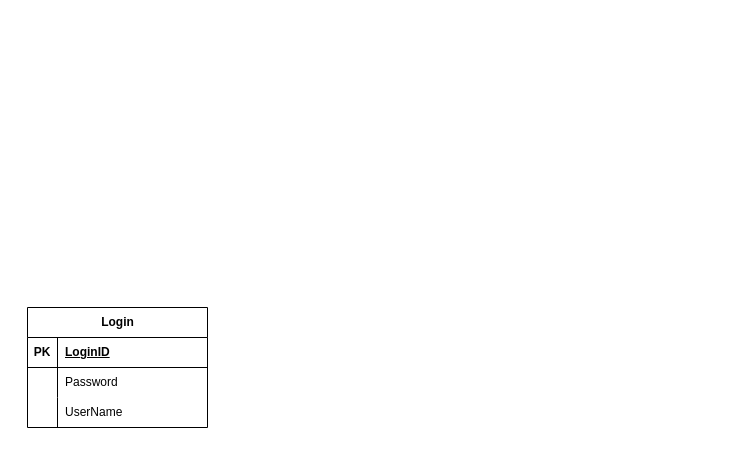
Earlier version of the draw.io diagram page "Logical View" (2 of 5) of AdminSK.drawio (ificu/admin-sk). Source tidied: cells renumbered, new cells numbered last; positions are measured from the earlier drawing's top-left corner, leaving out a move shared by most shapes. Both pictures are drawn from the tidied source at 100%, with x=0, y=0 at pixel (27, 307).
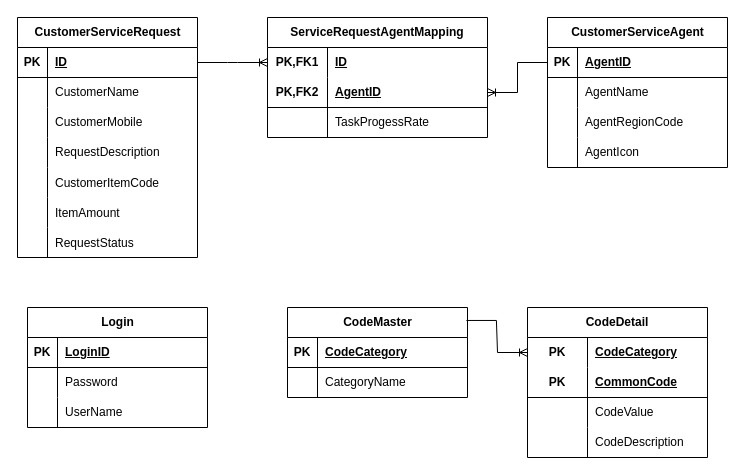
After the change.

Diff of the diagram source:
```diff
@@
+    <mxCell id="12" value="CodeMaster" style="shape=table;startSize=30;childLayout=tableLayout;rowLines=0;fontStyle=1;align=center;html=1;" parent="1" vertex="1">
+      <mxGeometry x="260" width="180" height="90" as="geometry" />
+    </mxCell>
+    <mxCell id="13" style="shape=tableRow;horizontal=0;startSize=0;swimlaneHead=0;swimlaneBody=0;fillColor=none;top=0;left=0;right=0;bottom=1;" parent="12" vertex="1">
+      <mxGeometry y="30" width="180" height="30" as="geometry" />
+    </mxCell>
+    <mxCell id="14" value="PK" style="shape=partialRectangle;fillColor=none;top=0;left=0;bottom=0;right=0;fontStyle=1;overflow=hidden;whiteSpace=wrap;html=1;" parent="13" vertex="1">
+      <mxGeometry width="30" height="30" as="geometry" />
+    </mxCell>
+    <mxCell id="15" value="CodeCategory" style="shape=partialRectangle;fillColor=none;top=0;left=0;bottom=0;right=0;align=left;spacingLeft=6;fontStyle=5;overflow=hidden;whiteSpace=wrap;html=1;" parent="13" vertex="1">
+      <mxGeometry x="30" width="150" height="30" as="geometry" />
+    </mxCell>
+    <mxCell id="16" style="shape=tableRow;horizontal=0;startSize=0;swimlaneHead=0;swimlaneBody=0;fillColor=none;top=0;left=0;right=0;bottom=0;" parent="12" vertex="1">
+      <mxGeometry y="60" width="180" height="30" as="geometry" />
+    </mxCell>
+    <mxCell id="17" style="shape=partialRectangle;fillColor=none;top=0;left=0;bottom=0;right=0;overflow=hidden;whiteSpace=wrap;html=1;" parent="16" vertex="1">
+      <mxGeometry width="30" height="30" as="geometry" />
+    </mxCell>
+    <mxCell id="18" value="CategoryName" style="shape=partialRectangle;fillColor=none;top=0;left=0;bottom=0;right=0;align=left;spacingLeft=6;overflow=hidden;whiteSpace=wrap;html=1;" parent="16" vertex="1">
+      <mxGeometry x="30" width="150" height="30" as="geometry" />
+    </mxCell>
+    <mxCell id="19" value="CodeDetail" style="shape=table;startSize=30;childLayout=tableLayout;rowLines=0;fontStyle=1;align=center;html=1;whiteSpace=wrap;" parent="1" vertex="1">
+      <mxGeometry x="500" width="180" height="150" as="geometry" />
+    </mxCell>
+    <mxCell id="20" style="shape=tableRow;horizontal=0;startSize=0;swimlaneHead=0;swimlaneBody=0;fillColor=none;points=[[0,0.5],[1,0.5]];portConstraint=eastwest;top=0;left=0;right=0;bottom=0;html=1;" parent="19" vertex="1">
+      <mxGeometry y="30" width="180" height="30" as="geometry" />
+    </mxCell>
+    <mxCell id="21" value="PK" style="shape=partialRectangle;fillColor=none;top=0;left=0;bottom=0;right=0;fontStyle=1;overflow=hidden;html=1;whiteSpace=wrap;" parent="20" vertex="1">
+      <mxGeometry width="60" height="30" as="geometry" />
+    </mxCell>
+    <mxCell id="22" value="CodeCategory" style="shape=partialRectangle;fillColor=none;top=0;left=0;bottom=0;right=0;align=left;spacingLeft=6;fontStyle=5;overflow=hidden;html=1;whiteSpace=wrap;" parent="20" vertex="1">
+      <mxGeometry x="60" width="120" height="30" as="geometry" />
+    </mxCell>
+    <mxCell id="23" style="shape=tableRow;horizontal=0;startSize=0;swimlaneHead=0;swimlaneBody=0;fillColor=none;top=0;left=0;right=0;bottom=1;html=1;" parent="19" vertex="1">
+      <mxGeometry y="60" width="180" height="30" as="geometry" />
+    </mxCell>
+    <mxCell id="24" value="PK" style="shape=partialRectangle;fillColor=none;top=0;left=0;bottom=0;right=0;fontStyle=1;overflow=hidden;html=1;whiteSpace=wrap;" parent="23" vertex="1">
+      <mxGeometry width="60" height="30" as="geometry" />
+    </mxCell>
+    <mxCell id="25" value="CommonCode" style="shape=partialRectangle;fillColor=none;top=0;left=0;bottom=0;right=0;align=left;spacingLeft=6;fontStyle=5;overflow=hidden;html=1;whiteSpace=wrap;" parent="23" vertex="1">
+      <mxGeometry x="60" width="120" height="30" as="geometry" />
+    </mxCell>
+    <mxCell id="26" style="shape=tableRow;horizontal=0;startSize=0;swimlaneHead=0;swimlaneBody=0;fillColor=none;top=0;left=0;right=0;bottom=0;html=1;" parent="19" vertex="1">
+      <mxGeometry y="90" width="180" height="30" as="geometry" />
+    </mxCell>
+    <mxCell id="27" style="shape=partialRectangle;fillColor=none;top=0;left=0;bottom=0;right=0;overflow=hidden;html=1;whiteSpace=wrap;" parent="26" vertex="1">
+      <mxGeometry width="60" height="30" as="geometry" />
+    </mxCell>
+    <mxCell id="28" value="CodeValue" style="shape=partialRectangle;fillColor=none;top=0;left=0;bottom=0;right=0;align=left;spacingLeft=6;overflow=hidden;html=1;whiteSpace=wrap;" parent="26" vertex="1">
+      <mxGeometry x="60" width="120" height="30" as="geometry" />
+    </mxCell>
+    <mxCell id="29" style="shape=tableRow;horizontal=0;startSize=0;swimlaneHead=0;swimlaneBody=0;fillColor=none;top=0;left=0;right=0;bottom=0;html=1;" parent="19" vertex="1">
+      <mxGeometry y="120" width="180" height="30" as="geometry" />
+    </mxCell>
+    <mxCell id="30" style="shape=partialRectangle;fillColor=none;top=0;left=0;bottom=0;right=0;overflow=hidden;html=1;whiteSpace=wrap;" parent="29" vertex="1">
+      <mxGeometry width="60" height="30" as="geometry" />
+    </mxCell>
+    <mxCell id="31" value="CodeDescription" style="shape=partialRectangle;fillColor=none;top=0;left=0;bottom=0;right=0;align=left;spacingLeft=6;overflow=hidden;html=1;whiteSpace=wrap;" parent="29" vertex="1">
+      <mxGeometry x="60" width="120" height="30" as="geometry" />
+    </mxCell>
+    <mxCell id="32" style="edgeStyle=entityRelationEdgeStyle;fontSize=12;html=1;endArrow=ERoneToMany;rounded=0;exitX=0.994;exitY=0.144;exitDx=0;exitDy=0;exitPerimeter=0;entryX=0;entryY=0.5;entryDx=0;entryDy=0;" parent="1" edge="1" source="12" target="20">
+      <mxGeometry relative="1" as="geometry" />
+    </mxCell>
+    <mxCell id="33" value="CustomerServiceRequest" style="shape=table;startSize=30;childLayout=tableLayout;rowLines=0;fontStyle=1;align=center;html=1;" parent="1" vertex="1">
+      <mxGeometry x="-10" y="-290" width="180" height="240" as="geometry" />
+    </mxCell>
+    <mxCell id="34" style="shape=tableRow;horizontal=0;startSize=0;swimlaneHead=0;swimlaneBody=0;fillColor=none;points=[[0,0.5],[1,0.5]];portConstraint=eastwest;top=0;left=0;right=0;bottom=1;" parent="33" vertex="1">
+      <mxGeometry y="30" width="180" height="30" as="geometry" />
+    </mxCell>
+    <mxCell id="35" value="PK" style="shape=partialRectangle;fillColor=none;top=0;left=0;bottom=0;right=0;fontStyle=1;overflow=hidden;whiteSpace=wrap;html=1;" parent="34" vertex="1">
+      <mxGeometry width="30" height="30" as="geometry" />
+    </mxCell>
+    <mxCell id="36" value="ID" style="shape=partialRectangle;fillColor=none;top=0;left=0;bottom=0;right=0;align=left;spacingLeft=6;fontStyle=5;overflow=hidden;whiteSpace=wrap;html=1;" parent="34" vertex="1">
+      <mxGeometry x="30" width="150" height="30" as="geometry" />
+    </mxCell>
+    <mxCell id="37" style="shape=tableRow;horizontal=0;startSize=0;swimlaneHead=0;swimlaneBody=0;fillColor=none;top=0;left=0;right=0;bottom=0;" parent="33" vertex="1">
+      <mxGeometry y="60" width="180" height="30" as="geometry" />
+    </mxCell>
+    <mxCell id="38" style="shape=partialRectangle;fillColor=none;top=0;left=0;bottom=0;right=0;overflow=hidden;whiteSpace=wrap;html=1;" parent="37" vertex="1">
+      <mxGeometry width="30" height="30" as="geometry" />
+    </mxCell>
+    <mxCell id="39" value="CustomerName" style="shape=partialRectangle;fillColor=none;top=0;left=0;bottom=0;right=0;align=left;spacingLeft=6;overflow=hidden;whiteSpace=wrap;html=1;" parent="37" vertex="1">
+      <mxGeometry x="30" width="150" height="30" as="geometry" />
+    </mxCell>
+    <mxCell id="40" style="shape=tableRow;horizontal=0;startSize=0;swimlaneHead=0;swimlaneBody=0;fillColor=none;top=0;left=0;right=0;bottom=0;" parent="33" vertex="1">
+      <mxGeometry y="90" width="180" height="30" as="geometry" />
+    </mxCell>
+    <mxCell id="41" style="shape=partialRectangle;fillColor=none;top=0;left=0;bottom=0;right=0;overflow=hidden;whiteSpace=wrap;html=1;" parent="40" vertex="1">
+      <mxGeometry width="30" height="30" as="geometry" />
+    </mxCell>
+    <mxCell id="42" value="CustomerMobile" style="shape=partialRectangle;fillColor=none;top=0;left=0;bottom=0;right=0;align=left;spacingLeft=6;overflow=hidden;whiteSpace=wrap;html=1;" parent="40" vertex="1">
+      <mxGeometry x="30" width="150" height="30" as="geometry" />
+    </mxCell>
+    <mxCell id="43" style="shape=tableRow;horizontal=0;startSize=0;swimlaneHead=0;swimlaneBody=0;fillColor=none;top=0;left=0;right=0;bottom=0;" parent="33" vertex="1">
+      <mxGeometry y="120" width="180" height="30" as="geometry" />
+    </mxCell>
+    <mxCell id="44" style="shape=partialRectangle;fillColor=none;top=0;left=0;bottom=0;right=0;overflow=hidden;whiteSpace=wrap;html=1;" parent="43" vertex="1">
+      <mxGeometry width="30" height="30" as="geometry" />
+    </mxCell>
+    <mxCell id="45" value="RequestDescription" style="shape=partialRectangle;fillColor=none;top=0;left=0;bottom=0;right=0;align=left;spacingLeft=6;overflow=hidden;whiteSpace=wrap;html=1;" parent="43" vertex="1">
+      <mxGeometry x="30" width="150" height="30" as="geometry" />
+    </mxCell>
+    <mxCell id="46" style="shape=tableRow;horizontal=0;startSize=0;swimlaneHead=0;swimlaneBody=0;fillColor=none;top=0;left=0;right=0;bottom=0;" parent="33" vertex="1">
+      <mxGeometry y="150" width="180" height="30" as="geometry" />
+    </mxCell>
+    <mxCell id="47" style="shape=partialRectangle;fillColor=none;top=0;left=0;bottom=0;right=0;overflow=hidden;" parent="46" vertex="1">
+      <mxGeometry width="30" height="30" as="geometry" />
+    </mxCell>
+    <mxCell id="48" value="CustomerItemCode" style="shape=partialRectangle;fillColor=none;top=0;left=0;bottom=0;right=0;align=left;spacingLeft=6;overflow=hidden;" parent="46" vertex="1">
+      <mxGeometry x="30" width="150" height="30" as="geometry" />
+    </mxCell>
+    <mxCell id="49" style="shape=tableRow;horizontal=0;startSize=0;swimlaneHead=0;swimlaneBody=0;fillColor=none;top=0;left=0;right=0;bottom=0;" parent="33" vertex="1">
+      <mxGeometry y="180" width="180" height="30" as="geometry" />
+    </mxCell>
+    <mxCell id="50" style="shape=partialRectangle;fillColor=none;top=0;left=0;bottom=0;right=0;overflow=hidden;" parent="49" vertex="1">
+      <mxGeometry width="30" height="30" as="geometry" />
+    </mxCell>
+    <mxCell id="51" value="ItemAmount" style="shape=partialRectangle;fillColor=none;top=0;left=0;bottom=0;right=0;align=left;spacingLeft=6;overflow=hidden;" parent="49" vertex="1">
+      <mxGeometry x="30" width="150" height="30" as="geometry" />
+    </mxCell>
+    <mxCell id="52" style="shape=tableRow;horizontal=0;startSize=0;swimlaneHead=0;swimlaneBody=0;fillColor=none;top=0;left=0;right=0;bottom=0;" parent="33" vertex="1">
+      <mxGeometry y="210" width="180" height="30" as="geometry" />
+    </mxCell>
+    <mxCell id="53" style="shape=partialRectangle;fillColor=none;top=0;left=0;bottom=0;right=0;overflow=hidden;" parent="52" vertex="1">
+      <mxGeometry width="30" height="30" as="geometry" />
+    </mxCell>
+    <mxCell id="54" value="RequestStatus" style="shape=partialRectangle;fillColor=none;top=0;left=0;bottom=0;right=0;align=left;spacingLeft=6;overflow=hidden;" parent="52" vertex="1">
+      <mxGeometry x="30" width="150" height="30" as="geometry" />
+    </mxCell>
+    <mxCell id="55" value="CustomerServiceAgent" style="shape=table;startSize=30;childLayout=tableLayout;rowLines=0;fontStyle=1;align=center;html=1;" parent="1" vertex="1">
+      <mxGeometry x="520" y="-290" width="180" height="150" as="geometry" />
+    </mxCell>
+    <mxCell id="56" style="shape=tableRow;horizontal=0;startSize=0;swimlaneHead=0;swimlaneBody=0;fillColor=none;points=[[0,0.5],[1,0.5]];portConstraint=eastwest;top=0;left=0;right=0;bottom=1;" parent="55" vertex="1">
+      <mxGeometry y="30" width="180" height="30" as="geometry" />
+    </mxCell>
+    <mxCell id="57" value="PK" style="shape=partialRectangle;fillColor=none;top=0;left=0;bottom=0;right=0;fontStyle=1;overflow=hidden;whiteSpace=wrap;html=1;" parent="56" vertex="1">
+      <mxGeometry width="30" height="30" as="geometry" />
+    </mxCell>
+    <mxCell id="58" value="AgentID" style="shape=partialRectangle;fillColor=none;top=0;left=0;bottom=0;right=0;align=left;spacingLeft=6;fontStyle=5;overflow=hidden;whiteSpace=wrap;html=1;" parent="56" vertex="1">
+      <mxGeometry x="30" width="150" height="30" as="geometry" />
+    </mxCell>
+    <mxCell id="59" style="shape=tableRow;horizontal=0;startSize=0;swimlaneHead=0;swimlaneBody=0;fillColor=none;top=0;left=0;right=0;bottom=0;" parent="55" vertex="1">
+      <mxGeometry y="60" width="180" height="30" as="geometry" />
+    </mxCell>
+    <mxCell id="60" style="shape=partialRectangle;fillColor=none;top=0;left=0;bottom=0;right=0;overflow=hidden;whiteSpace=wrap;html=1;" parent="59" vertex="1">
+      <mxGeometry width="30" height="30" as="geometry" />
+    </mxCell>
+    <mxCell id="61" value="AgentName" style="shape=partialRectangle;fillColor=none;top=0;left=0;bottom=0;right=0;align=left;spacingLeft=6;overflow=hidden;whiteSpace=wrap;html=1;" parent="59" vertex="1">
+      <mxGeometry x="30" width="150" height="30" as="geometry" />
+    </mxCell>
+    <mxCell id="62" style="shape=tableRow;horizontal=0;startSize=0;swimlaneHead=0;swimlaneBody=0;fillColor=none;top=0;left=0;right=0;bottom=0;" parent="55" vertex="1">
+      <mxGeometry y="90" width="180" height="30" as="geometry" />
+    </mxCell>
+    <mxCell id="63" style="shape=partialRectangle;fillColor=none;top=0;left=0;bottom=0;right=0;overflow=hidden;whiteSpace=wrap;html=1;" parent="62" vertex="1">
+      <mxGeometry width="30" height="30" as="geometry" />
+    </mxCell>
+    <mxCell id="64" value="AgentRegionCode" style="shape=partialRectangle;fillColor=none;top=0;left=0;bottom=0;right=0;align=left;spacingLeft=6;overflow=hidden;whiteSpace=wrap;html=1;" parent="62" vertex="1">
+      <mxGeometry x="30" width="150" height="30" as="geometry" />
+    </mxCell>
+    <mxCell id="65" style="shape=tableRow;horizontal=0;startSize=0;swimlaneHead=0;swimlaneBody=0;fillColor=none;top=0;left=0;right=0;bottom=0;" parent="55" vertex="1">
+      <mxGeometry y="120" width="180" height="30" as="geometry" />
+    </mxCell>
+    <mxCell id="66" style="shape=partialRectangle;fillColor=none;top=0;left=0;bottom=0;right=0;overflow=hidden;whiteSpace=wrap;html=1;" parent="65" vertex="1">
+      <mxGeometry width="30" height="30" as="geometry" />
+    </mxCell>
+    <mxCell id="67" value="AgentIcon" style="shape=partialRectangle;fillColor=none;top=0;left=0;bottom=0;right=0;align=left;spacingLeft=6;overflow=hidden;whiteSpace=wrap;html=1;" parent="65" vertex="1">
+      <mxGeometry x="30" width="150" height="30" as="geometry" />
+    </mxCell>
+    <mxCell id="68" value="ServiceRequestAgentMapping" style="shape=table;startSize=30;childLayout=tableLayout;rowLines=0;fontStyle=1;align=center;html=1;whiteSpace=wrap;" parent="1" vertex="1">
+      <mxGeometry x="240" y="-290" width="220" height="120" as="geometry" />
+    </mxCell>
+    <mxCell id="69" style="shape=tableRow;horizontal=0;startSize=0;swimlaneHead=0;swimlaneBody=0;fillColor=none;points=[[0,0.5],[1,0.5]];portConstraint=eastwest;top=0;left=0;right=0;bottom=0;html=1;" parent="68" vertex="1">
+      <mxGeometry y="30" width="220" height="30" as="geometry" />
+    </mxCell>
+    <mxCell id="70" value="PK,FK1" style="shape=partialRectangle;fillColor=none;top=0;left=0;bottom=0;right=0;fontStyle=1;overflow=hidden;html=1;whiteSpace=wrap;" parent="69" vertex="1">
+      <mxGeometry width="60" height="30" as="geometry" />
+    </mxCell>
+    <mxCell id="71" value="ID" style="shape=partialRectangle;fillColor=none;top=0;left=0;bottom=0;right=0;align=left;spacingLeft=6;fontStyle=5;overflow=hidden;html=1;whiteSpace=wrap;" parent="69" vertex="1">
+      <mxGeometry x="60" width="160" height="30" as="geometry" />
+    </mxCell>
+    <mxCell id="72" style="shape=tableRow;horizontal=0;startSize=0;swimlaneHead=0;swimlaneBody=0;fillColor=none;points=[[0,0.5],[1,0.5]];portConstraint=eastwest;top=0;left=0;right=0;bottom=1;html=1;" parent="68" vertex="1">
+      <mxGeometry y="60" width="220" height="30" as="geometry" />
+    </mxCell>
+    <mxCell id="73" value="PK,FK2" style="shape=partialRectangle;fillColor=none;top=0;left=0;bottom=0;right=0;fontStyle=1;overflow=hidden;html=1;whiteSpace=wrap;" parent="72" vertex="1">
+      <mxGeometry width="60" height="30" as="geometry" />
+    </mxCell>
+    <mxCell id="74" value="AgentID" style="shape=partialRectangle;fillColor=none;top=0;left=0;bottom=0;right=0;align=left;spacingLeft=6;fontStyle=5;overflow=hidden;html=1;whiteSpace=wrap;" parent="72" vertex="1">
+      <mxGeometry x="60" width="160" height="30" as="geometry" />
+    </mxCell>
+    <mxCell id="75" style="shape=tableRow;horizontal=0;startSize=0;swimlaneHead=0;swimlaneBody=0;fillColor=none;top=0;left=0;right=0;bottom=0;html=1;" parent="68" vertex="1">
+      <mxGeometry y="90" width="220" height="30" as="geometry" />
+    </mxCell>
+    <mxCell id="76" style="shape=partialRectangle;fillColor=none;top=0;left=0;bottom=0;right=0;overflow=hidden;html=1;whiteSpace=wrap;" parent="75" vertex="1">
+      <mxGeometry width="60" height="30" as="geometry" />
+    </mxCell>
+    <mxCell id="77" value="TaskProgessRate" style="shape=partialRectangle;fillColor=none;top=0;left=0;bottom=0;right=0;align=left;spacingLeft=6;overflow=hidden;html=1;whiteSpace=wrap;" parent="75" vertex="1">
+      <mxGeometry x="60" width="160" height="30" as="geometry" />
+    </mxCell>
+    <mxCell id="78" style="edgeStyle=entityRelationEdgeStyle;fontSize=12;html=1;endArrow=ERoneToMany;rounded=0;entryX=0;entryY=0.5;entryDx=0;entryDy=0;" parent="1" edge="1" source="34" target="69">
+      <mxGeometry relative="1" as="geometry" />
+    </mxCell>
+    <mxCell id="79" style="edgeStyle=entityRelationEdgeStyle;fontSize=12;html=1;endArrow=ERoneToMany;rounded=0;entryX=1;entryY=0.5;entryDx=0;entryDy=0;exitX=0;exitY=0.5;exitDx=0;exitDy=0;" parent="1" edge="1" source="56" target="72">
+      <mxGeometry relative="1" as="geometry" />
+    </mxCell>
```
